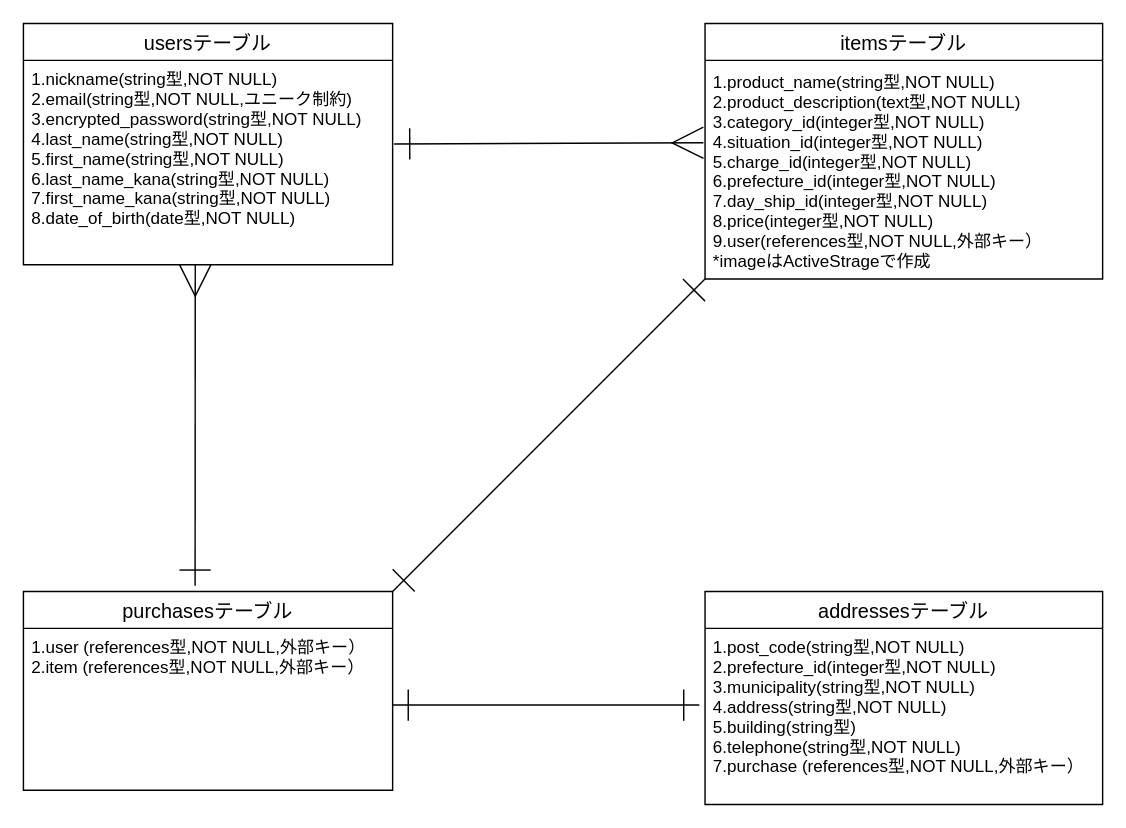
tyomo-kei/furima-37471 keeps this draw.io diagram as ER.dio. Above is the earlier version. Source tidied: cells renumbered, new cells numbered last; positions are measured from the earlier drawing's top-left corner, leaving out a move shared by most shapes. Both pictures are drawn from the tidied source at 142%, with x=0, y=0 at pixel (23, 23).
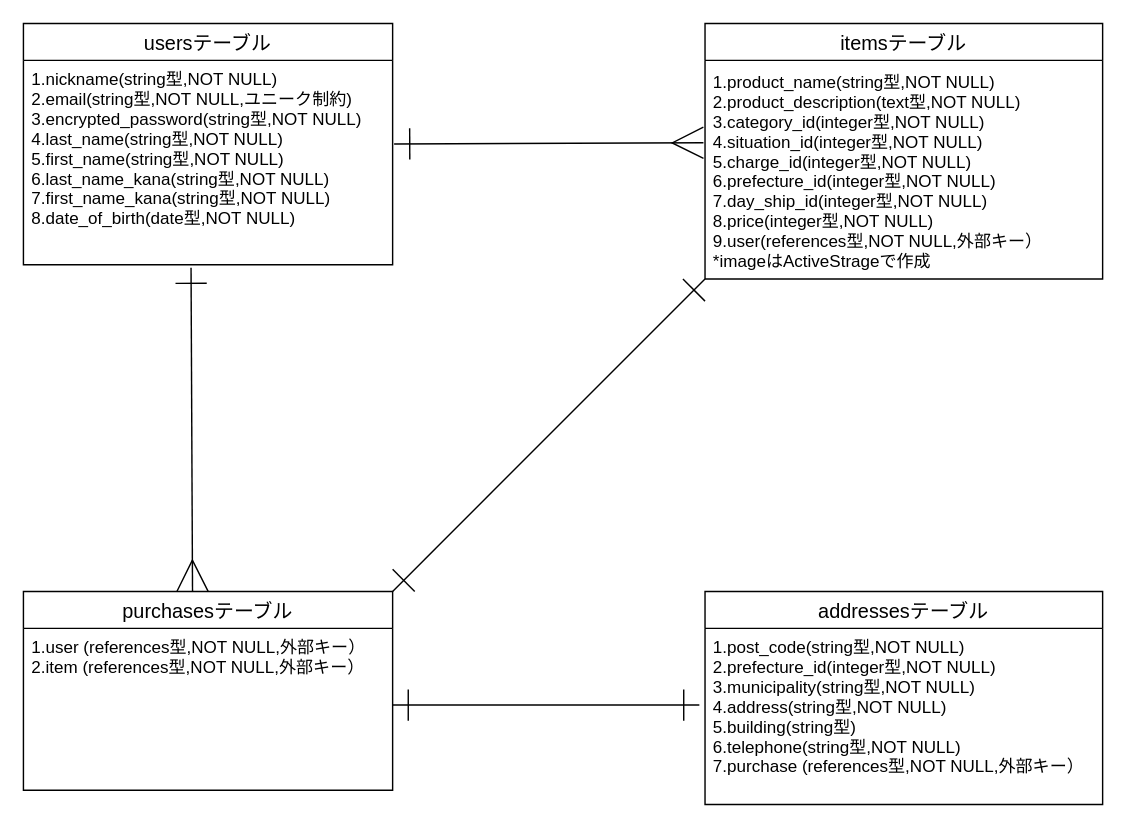
The same page after the edit.

Commit message:
ER図のusersテーブルと、purchasesテーブルのアソシエーションの記述を修正

What changed in the source:
```diff
@@
 <mxGraphModel>
   <root>
     <mxCell id="0" />
     <mxCell id="1" parent="0" />
     <mxCell id="2" value="usersテーブル" style="swimlane;fontStyle=0;horizontal=1;startSize=26;align=center;fontSize=14;" parent="1" vertex="1">
       <mxGeometry width="260" height="170" as="geometry" />
     </mxCell>
     <mxCell id="3" value="1.nickname(string型,NOT NULL)&#10;2.email(string型,NOT NULL,ユニーク制約)&#10;3.encrypted_password(string型,NOT NULL)&#10;4.last_name(string型,NOT NULL)&#10;5.first_name(string型,NOT NULL)&#10;6.last_name_kana(string型,NOT NULL)&#10;7.first_name_kana(string型,NOT NULL)&#10;8.date_of_birth(date型,NOT NULL)" style="text;strokeColor=none;fillColor=none;spacingLeft=4;spacingRight=4;overflow=hidden;points=[[0,0.5],[1,0.5]];portConstraint=eastwest;fontSize=12;" parent="2" vertex="1">
       <mxGeometry y="26" width="260" height="144" as="geometry" />
     </mxCell>
     <mxCell id="4" value="itemsテーブル" style="swimlane;fontStyle=0;horizontal=1;startSize=26;align=center;fontSize=14;" parent="1" vertex="1">
       <mxGeometry x="480" width="280" height="180" as="geometry" />
     </mxCell>
-    <mxCell id="5" style="edgeStyle=none;html=1;endArrow=ERmany;endFill=0;endSize=20;startArrow=ERone;startFill=0;jumpSize=6;startSize=20;exitX=0.465;exitY=-0.029;exitDx=0;exitDy=0;exitPerimeter=0;" parent="1" edge="1" source="6">
-      <mxGeometry relative="1" as="geometry">
-        <mxPoint x="121" y="170" as="targetPoint" />
-      </mxGeometry>
+    <mxCell id="5" style="edgeStyle=none;html=1;endArrow=ERmany;endFill=0;endSize=20;startArrow=ERone;startFill=0;jumpSize=6;startSize=20;exitX=0.454;exitY=1.014;exitDx=0;exitDy=0;exitPerimeter=0;entryX=0.458;entryY=0;entryDx=0;entryDy=0;entryPerimeter=0;" parent="1" edge="1" source="3" target="6">
+      <mxGeometry relative="1" as="geometry" />
     </mxCell>
     <mxCell id="6" value="purchasesテーブル" style="swimlane;fontStyle=0;horizontal=1;startSize=26;align=center;fontSize=14;" parent="1" vertex="1">
       <mxGeometry y="400" width="260" height="140" as="geometry" />
     </mxCell>
     <mxCell id="7" value="1.user (references型,NOT NULL,外部キー）&#10;2.item (references型,NOT NULL,外部キー）" style="text;strokeColor=none;fillColor=none;spacingLeft=4;spacingRight=4;overflow=hidden;fontSize=12;" parent="6" vertex="1">
       <mxGeometry y="26" width="260" height="114" as="geometry" />
     </mxCell>
     <mxCell id="8" value="addressesテーブル" style="swimlane;fontStyle=0;horizontal=1;startSize=26;align=center;fontSize=14;" parent="1" vertex="1">
       <mxGeometry x="480" y="400" width="280" height="150" as="geometry" />
     </mxCell>
     <mxCell id="9" value="1.post_code(string型,NOT NULL)&#10;2.prefecture_id(integer型,NOT NULL)&#10;3.municipality(string型,NOT NULL)&#10;4.address(string型,NOT NULL)&#10;5.building(string型)&#10;6.telephone(string型,NOT NULL)&#10;7.purchase (references型,NOT NULL,外部キー）" style="text;strokeColor=none;fillColor=none;spacingLeft=4;spacingRight=4;overflow=hidden;fontSize=12;" parent="8" vertex="1">
       <mxGeometry y="26" width="280" height="124" as="geometry" />
     </mxCell>
     <mxCell id="10" style="edgeStyle=none;html=1;endArrow=ERmany;endFill=0;endSize=20;entryX=-0.004;entryY=0.364;entryDx=0;entryDy=0;entryPerimeter=0;startArrow=ERone;startFill=0;startSize=20;exitX=1.004;exitY=0.409;exitDx=0;exitDy=0;exitPerimeter=0;" parent="1" edge="1" source="3" target="12">
       <mxGeometry relative="1" as="geometry" />
     </mxCell>
     <mxCell id="11" style="edgeStyle=none;html=1;entryX=0;entryY=1;entryDx=0;entryDy=0;endArrow=ERone;endFill=0;endSize=20;exitX=1;exitY=0;exitDx=0;exitDy=0;startArrow=ERone;startFill=0;startSize=20;sourcePerimeterSpacing=40;" parent="1" edge="1" source="6" target="4">
       <mxGeometry relative="1" as="geometry" />
     </mxCell>
     <mxCell id="12" value="1.product_name(string型,NOT NULL)&#10;2.product_description(text型,NOT NULL)&#10;3.category_id(integer型,NOT NULL)&#10;4.situation_id(integer型,NOT NULL)&#10;5.charge_id(integer型,NOT NULL)&#10;6.prefecture_id(integer型,NOT NULL)&#10;7.day_ship_id(integer型,NOT NULL)&#10;8.price(integer型,NOT NULL)&#10;9.user(references型,NOT NULL,外部キー）&#10;*imageはActiveStrageで作成" style="text;strokeColor=none;fillColor=none;spacingLeft=4;spacingRight=4;overflow=hidden;points=[[0,0.5],[1,0.5]];portConstraint=eastwest;fontSize=12;" parent="1" vertex="1">
       <mxGeometry x="480" y="28" width="280" height="154" as="geometry" />
     </mxCell>
     <mxCell id="13" style="edgeStyle=none;html=1;endArrow=ERone;endFill=0;endSize=20;startArrow=ERone;startFill=0;startSize=20;" parent="1" edge="1">
       <mxGeometry relative="1" as="geometry">
         <mxPoint x="476" y="480" as="sourcePoint" />
         <mxPoint x="260" y="480" as="targetPoint" />
       </mxGeometry>
     </mxCell>
   </root>
 </mxGraphModel>
```
